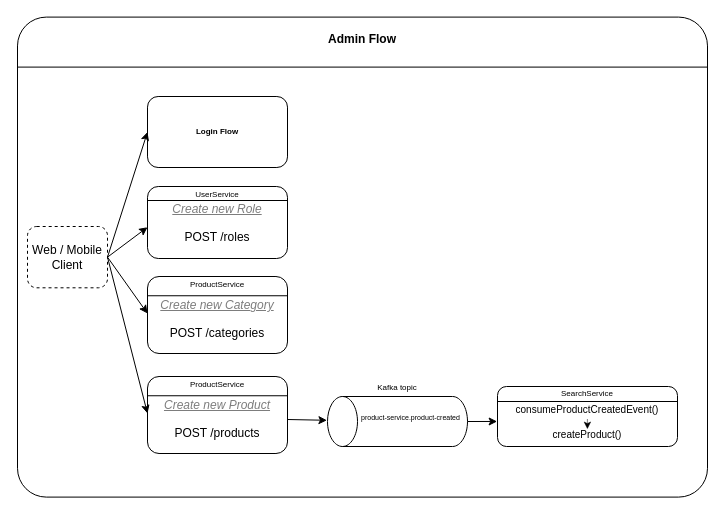
sridharpatil047/ecom keeps this draw.io diagram as design-docs/high-level-design/data-flows/01-Admin-Flow.drawio. Above is the earlier version. Source tidied: cells renumbered, new cells numbered last; positions are measured from the earlier drawing's top-left corner, leaving out a move shared by most shapes. Both pictures are drawn from the tidied source at 100%, with x=0, y=0 at pixel (17, 17).
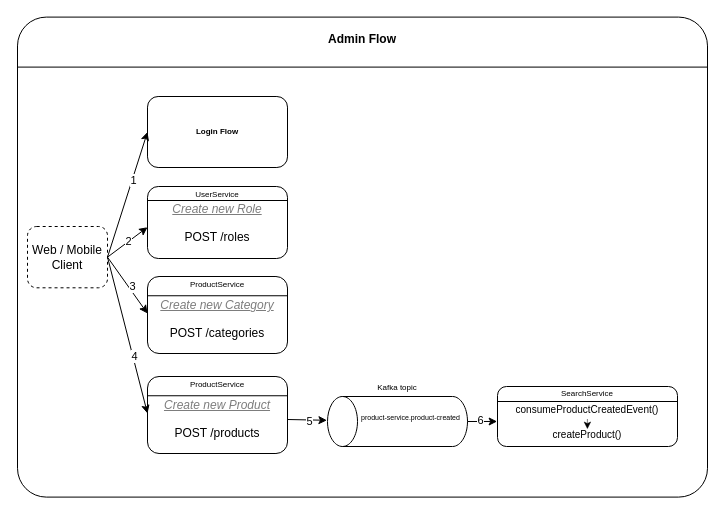
The same diagram, later.

The change refers to these unchanged cells:
```xml
<mxCell id="40" style="endArrow=classic;html=1;rounded=0;exitX=1;exitY=0.5;exitDx=0;exitDy=0;entryX=0;entryY=0.5;entryDx=0;entryDy=0;" parent="1" edge="1" source="6" target="21">
  <mxGeometry relative="1" as="geometry" />
</mxCell>
<mxCell id="41" style="endArrow=classic;html=1;rounded=0;exitX=1;exitY=0.5;exitDx=0;exitDy=0;entryX=0;entryY=0;entryDx=0;entryDy=0;" parent="1" edge="1" source="6" target="17">
  <mxGeometry relative="1" as="geometry" />
</mxCell>
<mxCell id="42" style="endArrow=classic;html=1;rounded=0;exitX=1;exitY=0.5;exitDx=0;exitDy=0;entryX=0;entryY=0.25;entryDx=0;entryDy=0;" parent="1" edge="1" source="6" target="27">
  <mxGeometry relative="1" as="geometry" />
</mxCell>
<mxCell id="43" style="endArrow=classic;html=1;rounded=0;exitX=1;exitY=0.5;exitDx=0;exitDy=0;entryX=0;entryY=0;entryDx=0;entryDy=0;" parent="1" edge="1" source="6" target="11">
  <mxGeometry relative="1" as="geometry" />
</mxCell>
<mxCell id="44" style="endArrow=classic;html=1;rounded=0;exitX=1;exitY=0;exitDx=0;exitDy=0;entryX=0.524;entryY=-0.004;entryDx=0;entryDy=0;entryPerimeter=0;" parent="1" edge="1" target="30">
  <mxGeometry relative="1" as="geometry">
    <mxPoint x="270" y="402" as="sourcePoint" />
  </mxGeometry>
</mxCell>
<mxCell id="45" style="endArrow=classic;html=1;rounded=0;exitX=0.5;exitY=1;exitDx=0;exitDy=0;exitPerimeter=0;entryX=-0.002;entryY=0.583;entryDx=0;entryDy=0;entryPerimeter=0;" parent="1" edge="1" source="30" target="34">
  <mxGeometry relative="1" as="geometry" />
</mxCell>
```

The edit, as a diff of the source:
```diff
@@
+    <mxCell id="46" value="1" style="edgeLabel;html=1;align=center;verticalAlign=middle;" parent="40" vertex="1">
+      <mxGeometry x="0.23" y="-1" relative="1" as="geometry" />
+    </mxCell>
@@
+    <mxCell id="47" value="3" style="edgeLabel;html=1;align=center;verticalAlign=middle;" parent="41" vertex="1">
+      <mxGeometry x="0.09" y="3" relative="1" as="geometry" />
+    </mxCell>
@@
+    <mxCell id="48" value="2" style="edgeLabel;html=1;align=center;verticalAlign=middle;" parent="42" vertex="1">
+      <mxGeometry x="0.04" y="1" relative="1" as="geometry" />
+    </mxCell>
@@
+    <mxCell id="49" value="4" style="edgeLabel;html=1;align=center;verticalAlign=middle;" parent="43" vertex="1">
+      <mxGeometry x="0.26" y="1" relative="1" as="geometry" />
+    </mxCell>
@@
+    <mxCell id="50" value="5" style="edgeLabel;html=1;align=center;verticalAlign=middle;" parent="44" vertex="1">
+      <mxGeometry x="0.12" y="-1" relative="1" as="geometry" />
+    </mxCell>
@@
+    <mxCell id="51" value="6" style="edgeLabel;html=1;align=center;verticalAlign=middle;" parent="45" vertex="1">
+      <mxGeometry x="-0.1" y="1" relative="1" as="geometry" />
+    </mxCell>
```
